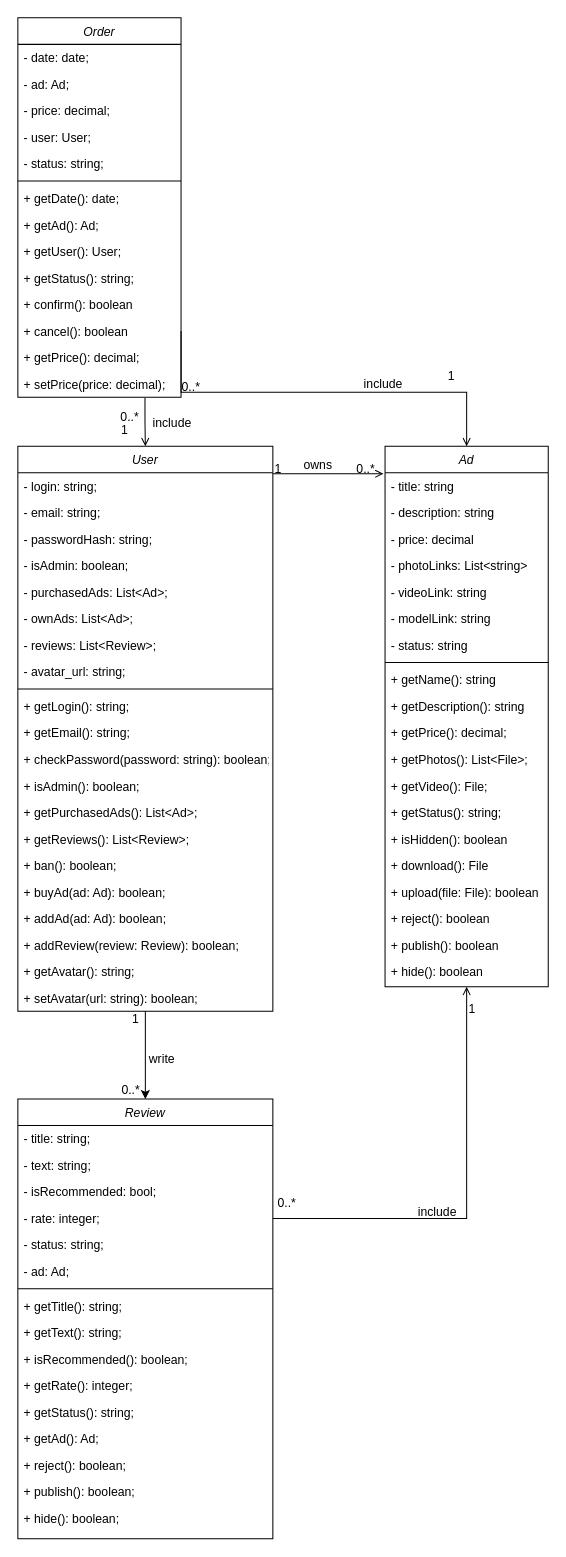
DogNellaf/c2c-market keeps this draw.io diagram as Diagrams/Class.drawio. Above is the earlier version. Source tidied: cells renumbered, new cells numbered last; positions are measured from the earlier drawing's top-left corner, leaving out a move shared by most shapes. Both pictures are drawn from the tidied source at 102%, with x=0, y=0 at pixel (17, 17).
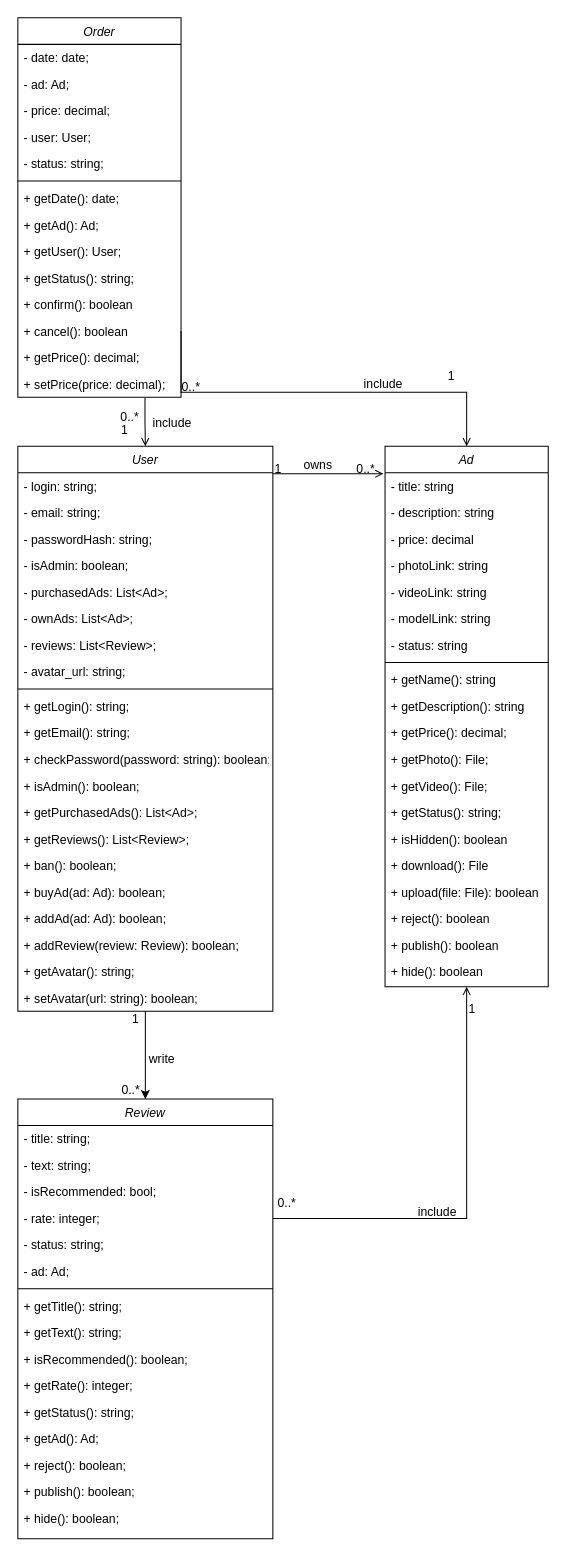
The same diagram, later.

Commit message (it also covers changes not shown here):
Fix ERD and class diagrams

Unchanged cells that the change refers to:
```xml
<mxCell id="24" value="Ad" style="swimlane;fontStyle=2;align=center;verticalAlign=top;horizontal=1;startSize=26;rounded=0;shadow=0;strokeWidth=1;" parent="1" vertex="1">
  <mxGeometry x="360" y="420" width="160" height="530" as="geometry" />
</mxCell>
```

Change to the diagram source:
```diff
@@
-    <mxCell id="28" value="- photoLinks: List&lt;string&gt;" style="text;align=left;verticalAlign=top;spacingLeft=4;spacingRight=4;overflow=hidden;rounded=0;shadow=0;html=0;" parent="24" vertex="1">
+    <mxCell id="28" value="- photoLink: string" style="text;align=left;verticalAlign=top;spacingLeft=4;spacingRight=4;overflow=hidden;rounded=0;shadow=0;html=0;" parent="24" vertex="1">
       <mxGeometry y="104" width="160" height="26" as="geometry" />
     </mxCell>
@@
-    <mxCell id="36" value="+ getPhotos(): List&lt;File&gt;;" style="text;align=left;verticalAlign=top;spacingLeft=4;spacingRight=4;overflow=hidden;rounded=0;shadow=0;html=0;" parent="24" vertex="1">
+    <mxCell id="36" value="+ getPhoto(): File;" style="text;align=left;verticalAlign=top;spacingLeft=4;spacingRight=4;overflow=hidden;rounded=0;shadow=0;html=0;" parent="24" vertex="1">
       <mxGeometry y="294" width="160" height="26" as="geometry" />
     </mxCell>
```
